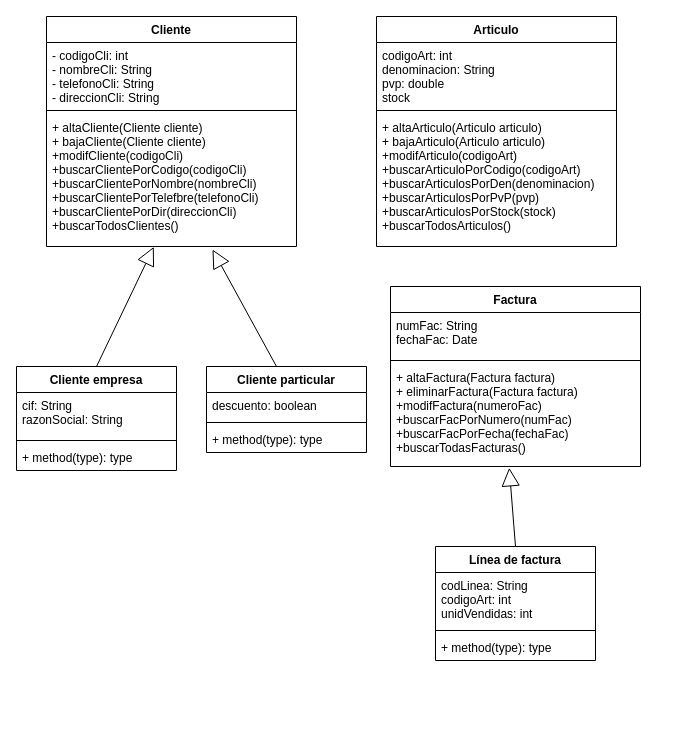
Daviid7505/Repositorio_Grupo keeps this draw.io diagram as ENTORNOS AD_3/AD-3-Req1-Alberto.drawio. Above is the earlier version. Source tidied: cells renumbered, new cells numbered last; positions are measured from the earlier drawing's top-left corner, leaving out a move shared by most shapes. Both pictures are drawn from the tidied source at 100%, with x=0, y=0 at pixel (16, 16).
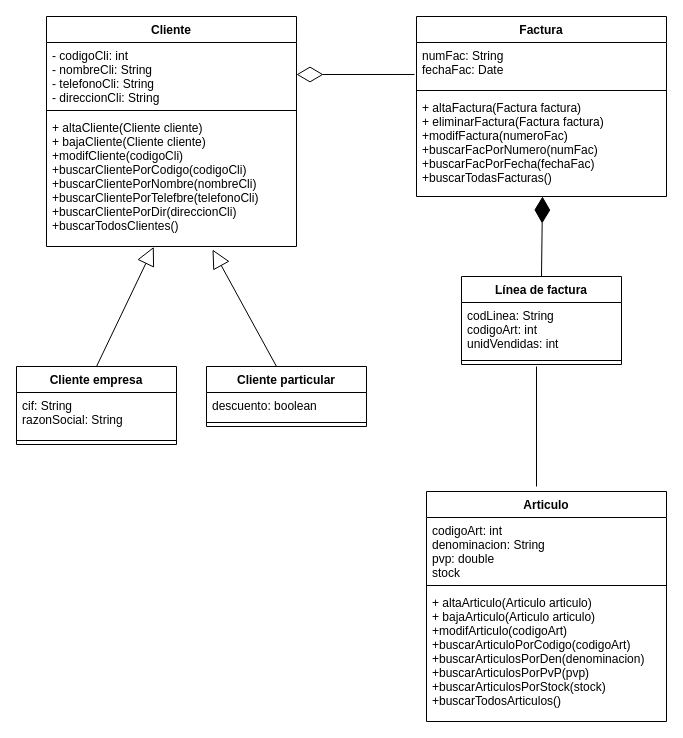
The same page after the edit.

The change refers to these unchanged cells:
```xml
<mxCell id="3" value="- codigoCli: int&#10;- nombreCli: String&#10;- telefonoCli: String&#10;- direccionCli: String" style="text;strokeColor=none;fillColor=none;align=left;verticalAlign=top;spacingLeft=4;spacingRight=4;overflow=hidden;points=[[0,0.5],[1,0.5]];portConstraint=eastwest;" parent="2" vertex="1">
  <mxGeometry y="26" width="250" height="64" as="geometry" />
</mxCell>
<mxCell id="11" value="numFac: String&#10;fechaFac: Date" style="text;strokeColor=none;fillColor=none;align=left;verticalAlign=top;spacingLeft=4;spacingRight=4;overflow=hidden;points=[[0,0.5],[1,0.5]];portConstraint=eastwest;" parent="10" vertex="1">
  <mxGeometry y="26" width="250" height="44" as="geometry" />
</mxCell>
<mxCell id="13" value="+ altaFactura(Factura factura)&#10;+ eliminarFactura(Factura factura)&#10;+modifFactura(numeroFac)&#10;+buscarFacPorNumero(numFac)&#10;+buscarFacPorFecha(fechaFac)&#10;+buscarTodasFacturas()" style="text;strokeColor=none;fillColor=none;align=left;verticalAlign=top;spacingLeft=4;spacingRight=4;overflow=hidden;points=[[0,0.5],[1,0.5]];portConstraint=eastwest;" parent="10" vertex="1">
  <mxGeometry y="78" width="250" height="102" as="geometry" />
</mxCell>
```

What changed in the source:
```diff
@@
     <mxCell id="6" value="Articulo" style="swimlane;fontStyle=1;align=center;verticalAlign=top;horizontal=1;startSize=26;" parent="1" vertex="1">
-      <mxGeometry x="360" width="240" height="230" as="geometry" />
+      <mxGeometry x="410" y="475" width="240" height="230" as="geometry" />
     </mxCell>
@@
+    <mxCell id="29" style="endArrow=none;html=1;edgeStyle=orthogonalEdgeStyle;rounded=0;" parent="6" edge="1">
+      <mxGeometry relative="1" as="geometry">
+        <mxPoint x="110" y="-5" as="sourcePoint" />
+        <mxPoint x="110" y="-125" as="targetPoint" />
+      </mxGeometry>
+    </mxCell>
     <mxCell id="10" value="Factura" style="swimlane;fontStyle=1;align=center;verticalAlign=top;horizontal=1;startSize=26;" parent="1" vertex="1">
-      <mxGeometry x="374" y="270" width="250" height="180" as="geometry" />
+      <mxGeometry x="400" width="250" height="180" as="geometry" />
     </mxCell>
@@
     <mxCell id="14" value="Línea de factura" style="swimlane;fontStyle=1;align=center;verticalAlign=top;horizontal=1;startSize=26;" parent="1" vertex="1">
-      <mxGeometry x="419" y="530" width="160" height="114" as="geometry" />
+      <mxGeometry x="445" y="260" width="160" height="88" as="geometry" />
     </mxCell>
-    <mxCell id="15" style="endArrow=block;endSize=16;endFill=0;html=1;rounded=0;entryX=0.475;entryY=1.013;entryDx=0;entryDy=0;entryPerimeter=0;" parent="14" edge="1" target="13">
-      <mxGeometry relative="1" as="geometry">
-        <mxPoint x="80" as="sourcePoint" />
-      </mxGeometry>
-    </mxCell>
@@
-    <mxCell id="18" value="+ method(type): type" style="text;strokeColor=none;fillColor=none;align=left;verticalAlign=top;spacingLeft=4;spacingRight=4;overflow=hidden;" parent="14" vertex="1">
-      <mxGeometry y="88" width="160" height="26" as="geometry" />
-    </mxCell>
     <mxCell id="19" value="Cliente empresa" style="swimlane;fontStyle=1;align=center;verticalAlign=top;horizontal=1;startSize=26;" parent="1" vertex="1">
-      <mxGeometry y="350" width="160" height="104" as="geometry" />
+      <mxGeometry y="350" width="160" height="78" as="geometry" />
     </mxCell>
@@
-    <mxCell id="23" value="+ method(type): type" style="text;strokeColor=none;fillColor=none;align=left;verticalAlign=top;spacingLeft=4;spacingRight=4;overflow=hidden;" parent="19" vertex="1">
-      <mxGeometry y="78" width="160" height="26" as="geometry" />
-    </mxCell>
     <mxCell id="24" value="Cliente particular" style="swimlane;fontStyle=1;align=center;verticalAlign=top;horizontal=1;startSize=26;" parent="1" vertex="1">
-      <mxGeometry x="190" y="350" width="160" height="86" as="geometry" />
+      <mxGeometry x="190" y="350" width="160" height="60" as="geometry" />
     </mxCell>
@@
-    <mxCell id="28" value="+ method(type): type" style="text;strokeColor=none;fillColor=none;align=left;verticalAlign=top;spacingLeft=4;spacingRight=4;overflow=hidden;" parent="24" vertex="1">
-      <mxGeometry y="60" width="160" height="26" as="geometry" />
-    </mxCell>
+    <mxCell id="30" style="endArrow=diamondThin;endFill=1;endSize=24;html=1;rounded=0;exitX=0.5;exitY=0;exitDx=0;exitDy=0;entryX=0.504;entryY=1;entryDx=0;entryDy=0;entryPerimeter=0;" parent="1" edge="1" source="14" target="13">
+      <mxGeometry relative="1" as="geometry" />
+    </mxCell>
+    <mxCell id="31" style="endArrow=diamondThin;endFill=0;endSize=24;html=1;rounded=0;exitX=-0.008;exitY=0.727;exitDx=0;exitDy=0;exitPerimeter=0;entryX=1;entryY=0.5;entryDx=0;entryDy=0;" parent="1" edge="1" source="11" target="3">
+      <mxGeometry relative="1" as="geometry" />
+    </mxCell>
```
